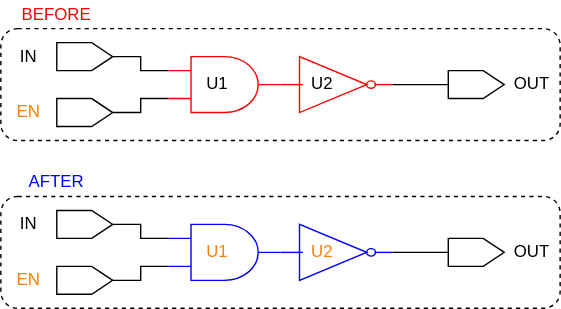
This is figures/dark-mode/update_scripts/update_tmrg.drawio.svg from AlbertHansen/TripleModularRedundancyTool_developer_guide, a draw.io export, as it was before one commit. Source tidied: cells renumbered, new cells last; positions are measured from the earlier drawing's top-left corner, leaving out a move shared by most shapes.
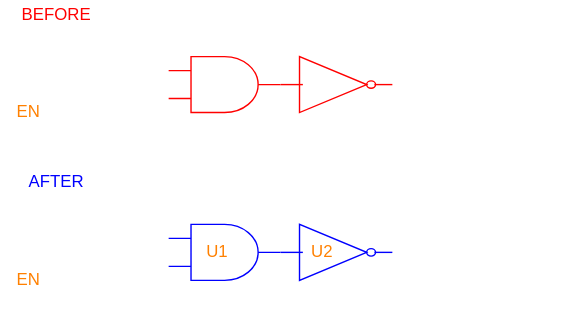
The same diagram one commit later.

Change to the diagram source:
```diff
@@ -2,85 +2,85 @@
   <root>
     <mxCell id="0" />
     <mxCell id="1" parent="0" />
-    <mxCell id="2" style="rounded=1;whiteSpace=wrap;html=1;fontColor=#FF00FF;fillColor=none;dashed=1;" parent="1" vertex="1">
+    <mxCell id="2" style="rounded=1;whiteSpace=wrap;html=1;fontColor=#FF00FF;fillColor=none;dashed=1;strokeColor=#FFFFFF;" parent="1" vertex="1">
       <mxGeometry y="20" width="400" height="80" as="geometry" />
     </mxCell>
-    <mxCell id="3" style="shape=offPageConnector;whiteSpace=wrap;rotation=-90;fillColor=none;html=1;strokeColor=#000000;" parent="1" vertex="1">
+    <mxCell id="3" style="shape=offPageConnector;whiteSpace=wrap;rotation=-90;fillColor=none;html=1;strokeColor=#FFFFFF;" parent="1" vertex="1">
       <mxGeometry x="50" y="20" width="20" height="40" as="geometry" />
     </mxCell>
-    <mxCell id="4" style="shape=offPageConnector;whiteSpace=wrap;rotation=-90;fillColor=none;html=1;strokeColor=#000000;" parent="1" vertex="1">
+    <mxCell id="4" style="shape=offPageConnector;whiteSpace=wrap;rotation=-90;fillColor=none;html=1;strokeColor=#FFFFFF;" parent="1" vertex="1">
       <mxGeometry x="50" y="60" width="20" height="40" as="geometry" />
     </mxCell>
-    <mxCell id="5" style="shape=offPageConnector;whiteSpace=wrap;rotation=-90;fillColor=none;html=1;strokeColor=#000000;" parent="1" vertex="1">
+    <mxCell id="5" style="shape=offPageConnector;whiteSpace=wrap;rotation=-90;fillColor=none;html=1;strokeColor=#FFFFFF;" parent="1" vertex="1">
       <mxGeometry x="330" y="40" width="20" height="40" as="geometry" />
     </mxCell>
-    <mxCell id="6" style="edgeStyle=orthogonalEdgeStyle;html=1;exitX=0;exitY=0.75;exitDx=0;exitDy=0;exitPerimeter=0;entryX=0.5;entryY=1;entryDx=0;entryDy=0;endArrow=none;endFill=0;rounded=0;" parent="1" edge="1" source="8" target="4">
+    <mxCell id="6" style="edgeStyle=orthogonalEdgeStyle;html=1;exitX=0;exitY=0.75;exitDx=0;exitDy=0;exitPerimeter=0;entryX=0.5;entryY=1;entryDx=0;entryDy=0;endArrow=none;endFill=0;rounded=0;strokeColor=#FFFFFF;" parent="1" edge="1" source="8" target="4">
       <mxGeometry relative="1" as="geometry" />
     </mxCell>
-    <mxCell id="7" style="edgeStyle=orthogonalEdgeStyle;html=1;exitX=0;exitY=0.25;exitDx=0;exitDy=0;exitPerimeter=0;entryX=0.5;entryY=1;entryDx=0;entryDy=0;endArrow=none;endFill=0;rounded=0;" parent="1" edge="1" source="8" target="3">
+    <mxCell id="7" style="edgeStyle=orthogonalEdgeStyle;html=1;exitX=0;exitY=0.25;exitDx=0;exitDy=0;exitPerimeter=0;entryX=0.5;entryY=1;entryDx=0;entryDy=0;endArrow=none;endFill=0;rounded=0;strokeColor=#FFFFFF;" parent="1" edge="1" source="8" target="3">
       <mxGeometry relative="1" as="geometry" />
     </mxCell>
     <mxCell id="8" style="verticalLabelPosition=bottom;shadow=0;dashed=0;align=center;html=1;verticalAlign=top;shape=mxgraph.electrical.logic_gates.logic_gate;operation=and;fillColor=none;strokeColor=#FF0000;" parent="1" vertex="1">
       <mxGeometry x="120" y="40" width="80" height="40" as="geometry" />
     </mxCell>
-    <mxCell id="9" value="IN" style="text;html=1;strokeColor=none;fillColor=none;align=center;verticalAlign=middle;whiteSpace=wrap;rounded=0;fontColor=#000000;" parent="1" vertex="1">
+    <mxCell id="9" value="IN" style="text;html=1;strokeColor=none;fillColor=none;align=center;verticalAlign=middle;whiteSpace=wrap;rounded=0;fontColor=#FFFFFF;" parent="1" vertex="1">
       <mxGeometry y="30" width="40" height="20" as="geometry" />
     </mxCell>
     <mxCell id="10" value="EN" style="text;html=1;strokeColor=none;fillColor=none;align=center;verticalAlign=middle;whiteSpace=wrap;rounded=0;fontColor=#FF8000;" parent="1" vertex="1">
       <mxGeometry y="70" width="40" height="20" as="geometry" />
     </mxCell>
-    <mxCell id="11" value="OUT" style="text;html=1;strokeColor=none;fillColor=none;align=center;verticalAlign=middle;whiteSpace=wrap;rounded=0;fontColor=#000000;" parent="1" vertex="1">
+    <mxCell id="11" value="OUT" style="text;html=1;strokeColor=none;fillColor=none;align=center;verticalAlign=middle;whiteSpace=wrap;rounded=0;fontColor=#FFFFFF;" parent="1" vertex="1">
       <mxGeometry x="360" y="50" width="40" height="20" as="geometry" />
     </mxCell>
     <mxCell id="12" value="&lt;font&gt;BEFORE&lt;/font&gt;" style="text;html=1;strokeColor=none;fillColor=none;align=center;verticalAlign=middle;whiteSpace=wrap;rounded=0;dashed=1;fontColor=#FF0000;" parent="1" vertex="1">
       <mxGeometry x="10" width="60" height="20" as="geometry" />
     </mxCell>
-    <mxCell id="13" style="edgeStyle=none;html=1;exitX=1;exitY=0.5;exitDx=0;exitDy=0;exitPerimeter=0;entryX=0.5;entryY=0;entryDx=0;entryDy=0;fontColor=#000000;endArrow=none;endFill=0;" parent="1" edge="1" source="14" target="5">
+    <mxCell id="13" style="edgeStyle=none;html=1;exitX=1;exitY=0.5;exitDx=0;exitDy=0;exitPerimeter=0;entryX=0.5;entryY=0;entryDx=0;entryDy=0;fontColor=#000000;endArrow=none;endFill=0;strokeColor=#FFFFFF;" parent="1" edge="1" source="14" target="5">
       <mxGeometry relative="1" as="geometry" />
     </mxCell>
     <mxCell id="14" style="verticalLabelPosition=bottom;shadow=0;dashed=0;align=center;html=1;verticalAlign=top;shape=mxgraph.electrical.logic_gates.inverter_2;strokeColor=#FF0000;fontColor=#000000;fillColor=none;" parent="1" vertex="1">
       <mxGeometry x="200" y="40" width="80" height="40" as="geometry" />
     </mxCell>
-    <mxCell id="15" value="U1" style="text;html=1;strokeColor=none;fillColor=none;align=center;verticalAlign=middle;whiteSpace=wrap;rounded=0;fontColor=#000000;" parent="1" vertex="1">
+    <mxCell id="15" value="U1" style="text;html=1;strokeColor=none;fillColor=none;align=center;verticalAlign=middle;whiteSpace=wrap;rounded=0;fontColor=#FFFFFF;" parent="1" vertex="1">
       <mxGeometry x="140" y="50" width="30" height="20" as="geometry" />
     </mxCell>
-    <mxCell id="16" value="U2" style="text;html=1;strokeColor=none;fillColor=none;align=center;verticalAlign=middle;whiteSpace=wrap;rounded=0;fontColor=#000000;" parent="1" vertex="1">
+    <mxCell id="16" value="U2" style="text;html=1;strokeColor=none;fillColor=none;align=center;verticalAlign=middle;whiteSpace=wrap;rounded=0;fontColor=#FFFFFF;" parent="1" vertex="1">
       <mxGeometry x="220" y="50" width="20" height="20" as="geometry" />
     </mxCell>
-    <mxCell id="17" style="rounded=1;whiteSpace=wrap;html=1;fontColor=#FF00FF;fillColor=none;dashed=1;" parent="1" vertex="1">
+    <mxCell id="17" style="rounded=1;whiteSpace=wrap;html=1;fontColor=#FF00FF;fillColor=none;dashed=1;strokeColor=#FFFFFF;" parent="1" vertex="1">
       <mxGeometry y="140" width="400" height="80" as="geometry" />
     </mxCell>
-    <mxCell id="18" style="shape=offPageConnector;whiteSpace=wrap;rotation=-90;fillColor=none;html=1;strokeColor=#000000;" parent="1" vertex="1">
+    <mxCell id="18" style="shape=offPageConnector;whiteSpace=wrap;rotation=-90;fillColor=none;html=1;strokeColor=#FFFFFF;" parent="1" vertex="1">
       <mxGeometry x="50" y="140" width="20" height="40" as="geometry" />
     </mxCell>
-    <mxCell id="19" style="shape=offPageConnector;whiteSpace=wrap;rotation=-90;fillColor=none;html=1;strokeColor=#000000;" parent="1" vertex="1">
+    <mxCell id="19" style="shape=offPageConnector;whiteSpace=wrap;rotation=-90;fillColor=none;html=1;strokeColor=#FFFFFF;" parent="1" vertex="1">
       <mxGeometry x="50" y="180" width="20" height="40" as="geometry" />
     </mxCell>
-    <mxCell id="20" style="shape=offPageConnector;whiteSpace=wrap;rotation=-90;fillColor=none;html=1;strokeColor=#000000;" parent="1" vertex="1">
+    <mxCell id="20" style="shape=offPageConnector;whiteSpace=wrap;rotation=-90;fillColor=none;html=1;strokeColor=#FFFFFF;" parent="1" vertex="1">
       <mxGeometry x="330" y="160" width="20" height="40" as="geometry" />
     </mxCell>
-    <mxCell id="21" style="edgeStyle=orthogonalEdgeStyle;html=1;exitX=0;exitY=0.75;exitDx=0;exitDy=0;exitPerimeter=0;entryX=0.5;entryY=1;entryDx=0;entryDy=0;endArrow=none;endFill=0;rounded=0;" parent="1" edge="1" source="23" target="19">
+    <mxCell id="21" style="edgeStyle=orthogonalEdgeStyle;html=1;exitX=0;exitY=0.75;exitDx=0;exitDy=0;exitPerimeter=0;entryX=0.5;entryY=1;entryDx=0;entryDy=0;endArrow=none;endFill=0;rounded=0;strokeColor=#FFFFFF;" parent="1" edge="1" source="23" target="19">
       <mxGeometry relative="1" as="geometry" />
     </mxCell>
-    <mxCell id="22" style="edgeStyle=orthogonalEdgeStyle;html=1;exitX=0;exitY=0.25;exitDx=0;exitDy=0;exitPerimeter=0;entryX=0.5;entryY=1;entryDx=0;entryDy=0;endArrow=none;endFill=0;rounded=0;" parent="1" edge="1" source="23" target="18">
+    <mxCell id="22" style="edgeStyle=orthogonalEdgeStyle;html=1;exitX=0;exitY=0.25;exitDx=0;exitDy=0;exitPerimeter=0;entryX=0.5;entryY=1;entryDx=0;entryDy=0;endArrow=none;endFill=0;rounded=0;strokeColor=#FFFFFF;" parent="1" edge="1" source="23" target="18">
       <mxGeometry relative="1" as="geometry" />
     </mxCell>
     <mxCell id="23" style="verticalLabelPosition=bottom;shadow=0;dashed=0;align=center;html=1;verticalAlign=top;shape=mxgraph.electrical.logic_gates.logic_gate;operation=and;fillColor=none;strokeColor=#0000FF;" parent="1" vertex="1">
       <mxGeometry x="120" y="160" width="80" height="40" as="geometry" />
     </mxCell>
-    <mxCell id="24" value="IN" style="text;html=1;strokeColor=none;fillColor=none;align=center;verticalAlign=middle;whiteSpace=wrap;rounded=0;fontColor=#000000;" parent="1" vertex="1">
+    <mxCell id="24" value="IN" style="text;html=1;strokeColor=none;fillColor=none;align=center;verticalAlign=middle;whiteSpace=wrap;rounded=0;fontColor=#FFFFFF;" parent="1" vertex="1">
       <mxGeometry y="150" width="40" height="20" as="geometry" />
     </mxCell>
     <mxCell id="25" value="EN" style="text;html=1;strokeColor=none;fillColor=none;align=center;verticalAlign=middle;whiteSpace=wrap;rounded=0;fontColor=#FF8000;" parent="1" vertex="1">
       <mxGeometry y="190" width="40" height="20" as="geometry" />
     </mxCell>
-    <mxCell id="26" value="OUT" style="text;html=1;strokeColor=none;fillColor=none;align=center;verticalAlign=middle;whiteSpace=wrap;rounded=0;fontColor=#000000;" parent="1" vertex="1">
+    <mxCell id="26" value="OUT" style="text;html=1;strokeColor=none;fillColor=none;align=center;verticalAlign=middle;whiteSpace=wrap;rounded=0;fontColor=#FFFFFF;" parent="1" vertex="1">
       <mxGeometry x="360" y="170" width="40" height="20" as="geometry" />
     </mxCell>
     <mxCell id="27" value="&lt;font&gt;AFTER&lt;/font&gt;" style="text;html=1;strokeColor=none;fillColor=none;align=center;verticalAlign=middle;whiteSpace=wrap;rounded=0;dashed=1;fontColor=#0000FF;" parent="1" vertex="1">
       <mxGeometry x="10" y="120" width="60" height="20" as="geometry" />
     </mxCell>
-    <mxCell id="28" style="edgeStyle=none;html=1;exitX=1;exitY=0.5;exitDx=0;exitDy=0;exitPerimeter=0;entryX=0.5;entryY=0;entryDx=0;entryDy=0;fontColor=#000000;endArrow=none;endFill=0;" parent="1" edge="1" source="29" target="20">
+    <mxCell id="28" style="edgeStyle=none;html=1;exitX=1;exitY=0.5;exitDx=0;exitDy=0;exitPerimeter=0;entryX=0.5;entryY=0;entryDx=0;entryDy=0;fontColor=#000000;endArrow=none;endFill=0;strokeColor=#FFFFFF;" parent="1" edge="1" source="29" target="20">
       <mxGeometry relative="1" as="geometry" />
     </mxCell>
     <mxCell id="29" style="verticalLabelPosition=bottom;shadow=0;dashed=0;align=center;html=1;verticalAlign=top;shape=mxgraph.electrical.logic_gates.inverter_2;strokeColor=#0000FF;fontColor=#000000;fillColor=none;" parent="1" vertex="1">
```
